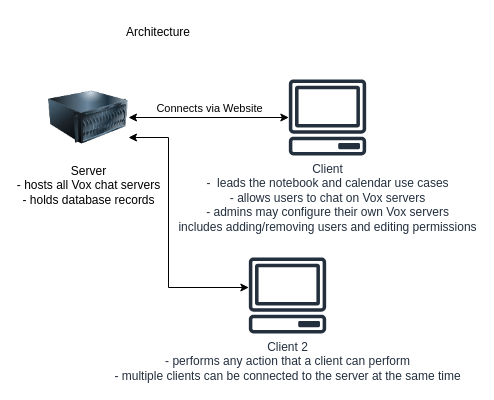
The draw.io diagram Design Files/swreq_architecture.drawio in benlloyd50/Vox_Design_Documents, before the edit. Source tidied: cells renumbered, new cells numbered last; positions are measured from the earlier drawing's top-left corner, leaving out a move shared by most shapes. Both pictures are drawn from the tidied source at 100%, with x=0, y=0 at pixel (48, 17).
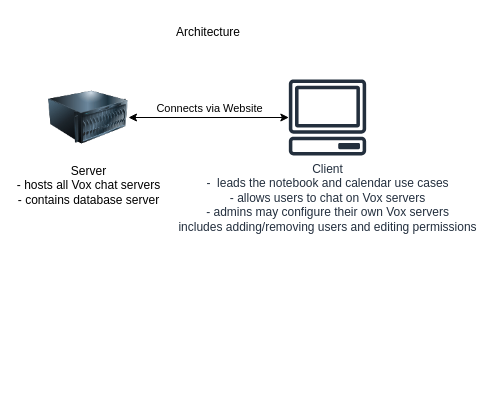
The same diagram, later.

The edit, as a diff of the source:
```diff
@@
 <mxGraphModel>
   <root>
     <mxCell id="0" />
     <mxCell id="1" parent="0" />
     <mxCell id="2" value="Architecture" style="text;html=1;strokeColor=none;fillColor=none;align=center;verticalAlign=middle;whiteSpace=wrap;rounded=0;" parent="1" vertex="1">
-      <mxGeometry x="80" width="60" height="30" as="geometry" />
+      <mxGeometry x="130" width="60" height="30" as="geometry" />
     </mxCell>
     <mxCell id="3" style="edgeStyle=orthogonalEdgeStyle;rounded=0;jettySize=auto;html=1;exitX=1;exitY=0.5;exitDx=0;exitDy=0;startArrow=classic;startFill=1;" parent="1" edge="1" source="6" target="7">
       <mxGeometry relative="1" as="geometry" />
     </mxCell>
     <mxCell id="4" value="Connects via Website" style="edgeLabel;html=1;align=center;verticalAlign=middle;" parent="3" vertex="1">
       <mxGeometry x="0.26" y="-3" relative="1" as="geometry">
         <mxPoint x="-21" y="-13" as="offset" />
       </mxGeometry>
     </mxCell>
-    <mxCell id="5" style="edgeStyle=orthogonalEdgeStyle;rounded=0;jettySize=auto;html=1;exitX=1;exitY=0.75;exitDx=0;exitDy=0;startArrow=classic;startFill=1;" parent="1" edge="1" source="6" target="8">
-      <mxGeometry relative="1" as="geometry">
-        <Array as="points">
-          <mxPoint x="120" y="120" />
-          <mxPoint x="120" y="270" />
-        </Array>
-      </mxGeometry>
-    </mxCell>
-    <mxCell id="6" value="&lt;div&gt;Server&lt;/div&gt;&lt;div&gt;- hosts all Vox chat servers&lt;/div&gt;&lt;div&gt;- holds database records&lt;br&gt;&lt;/div&gt;" style="image;html=1;image=img/lib/clip_art/computers/Server_128x128.png;" parent="1" vertex="1">
+    <mxCell id="6" value="&lt;div&gt;Server&lt;/div&gt;&lt;div&gt;- hosts all Vox chat servers&lt;/div&gt;&lt;div&gt;- contains database server&lt;br&gt;&lt;/div&gt;" style="image;html=1;image=img/lib/clip_art/computers/Server_128x128.png;" parent="1" vertex="1">
       <mxGeometry y="60" width="80" height="80" as="geometry" />
     </mxCell>
     <mxCell id="7" value="&lt;div&gt;Client&lt;/div&gt;&lt;div&gt;-&amp;nbsp; leads the notebook and calendar use cases&lt;/div&gt;&lt;div&gt;- allows users to chat on Vox servers&lt;/div&gt;&lt;div&gt;- admins may configure their own Vox servers&lt;/div&gt;&lt;div&gt;includes adding/removing users and editing permissions&lt;br&gt;&lt;/div&gt;" style="sketch=0;outlineConnect=0;fontColor=#232F3E;gradientColor=none;fillColor=#232F3D;strokeColor=none;dashed=0;verticalLabelPosition=bottom;verticalAlign=top;align=center;html=1;fontSize=12;fontStyle=0;shape=mxgraph.aws4.client;" parent="1" vertex="1">
       <mxGeometry x="240" y="62" width="78" height="76" as="geometry" />
     </mxCell>
-    <mxCell id="8" value="&lt;div&gt;Client 2&lt;/div&gt;&lt;div&gt;- performs any action that a client can perform&lt;/div&gt;&lt;div&gt;- multiple clients can be connected to the server at the same time&lt;br&gt;&lt;/div&gt;" style="sketch=0;outlineConnect=0;fontColor=#232F3E;gradientColor=none;fillColor=#232F3D;strokeColor=none;dashed=0;verticalLabelPosition=bottom;verticalAlign=top;align=center;html=1;fontSize=12;fontStyle=0;shape=mxgraph.aws4.client;" parent="1" vertex="1">
-      <mxGeometry x="200" y="240" width="78" height="76" as="geometry" />
-    </mxCell>
   </root>
 </mxGraphModel>
```
